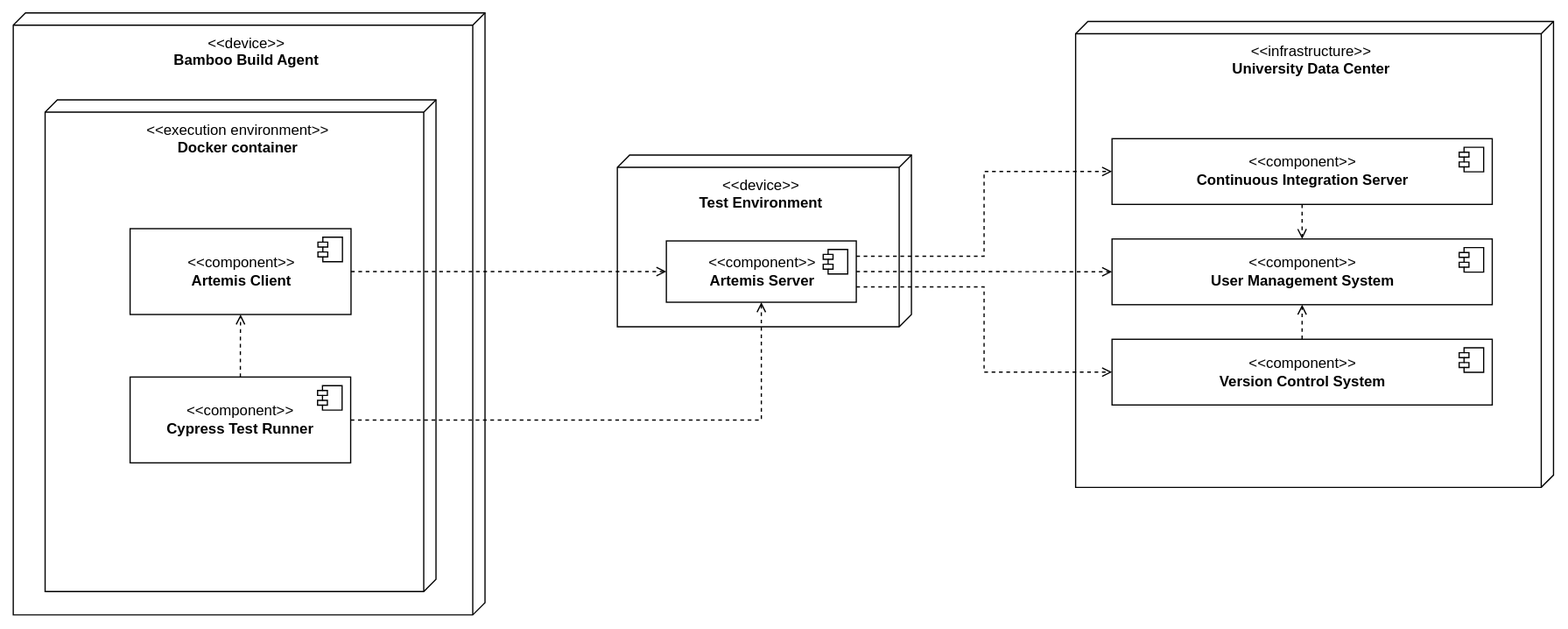
Before: docs/dev/setup/cypress/cypress_test_environment_deployment_diagram.svg, a diagram exported from draw.io (ls1intum/Artemis). Source tidied: cells renumbered, new cells last; positions are measured from the earlier drawing's top-left corner, leaving out a move shared by most shapes.
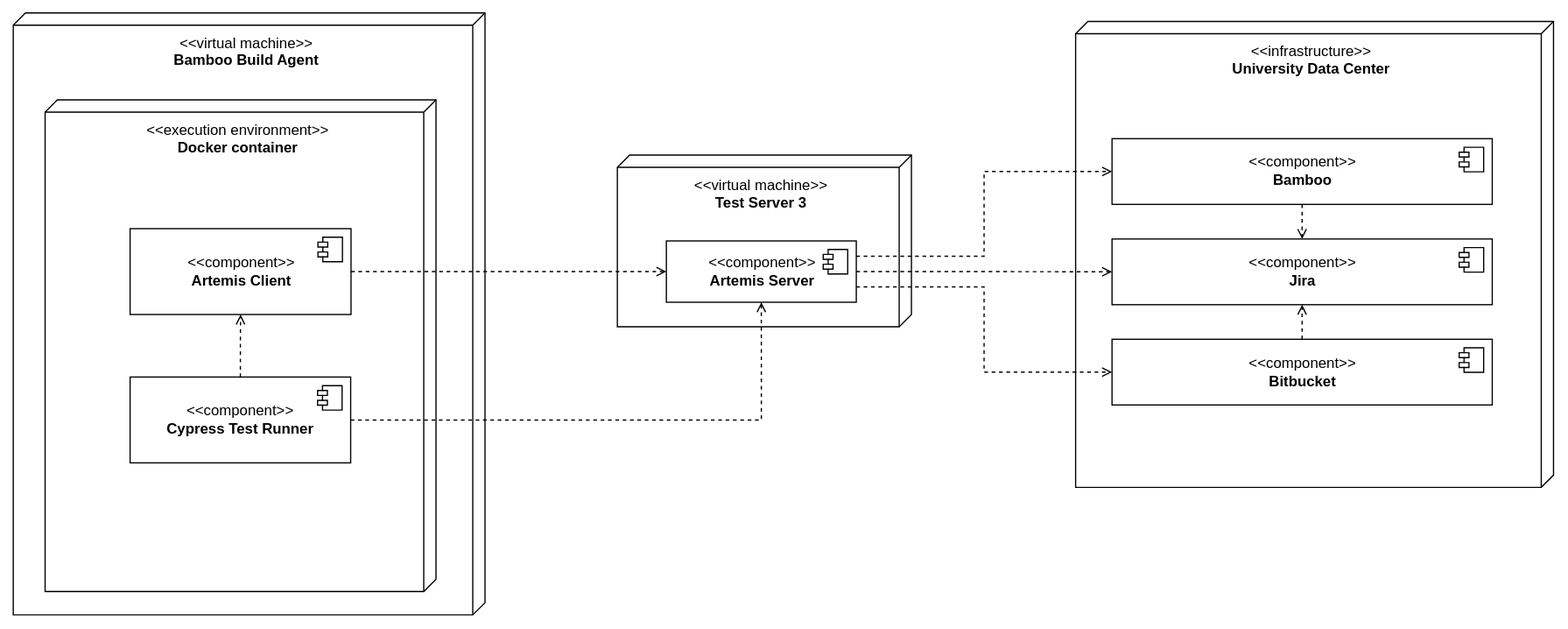
Later version of the same file.

Commit message:
Use concrete naming for components

What changed in the source:
```diff
@@ -2,7 +2,7 @@
   <root>
     <mxCell id="0" />
     <mxCell id="1" parent="0" />
-    <mxCell id="2" value="&lt;span&gt;&amp;lt;&amp;lt;device&amp;gt;&amp;gt;&lt;br&gt;&lt;b&gt;Bamboo Build Agent&lt;/b&gt;&lt;/span&gt;" style="verticalAlign=top;align=center;shape=cube;size=10;direction=south;fontStyle=0;html=1;boundedLbl=1;spacingLeft=5;" parent="1" vertex="1">
+    <mxCell id="2" value="&lt;span&gt;&amp;lt;&amp;lt;virtual machine&amp;gt;&amp;gt;&lt;br&gt;&lt;b&gt;Bamboo Build Agent&lt;/b&gt;&lt;/span&gt;" style="verticalAlign=top;align=center;shape=cube;size=10;direction=south;fontStyle=0;html=1;boundedLbl=1;spacingLeft=5;" parent="1" vertex="1">
       <mxGeometry width="385" height="491" as="geometry" />
     </mxCell>
     <mxCell id="3" value="&amp;lt;&amp;lt;execution environment&amp;gt;&amp;gt;&lt;br&gt;&lt;b&gt;Docker container&lt;/b&gt;" style="verticalAlign=top;align=center;shape=cube;size=10;direction=south;html=1;boundedLbl=1;spacingLeft=5;" parent="2" vertex="1">
@@ -32,7 +32,7 @@
     <mxCell id="9" style="edgeStyle=orthogonalEdgeStyle;rounded=0;jettySize=auto;html=1;entryX=0.5;entryY=1;entryDx=0;entryDy=0;dashed=1;startArrow=none;startFill=0;endArrow=open;endFill=0;" parent="2" edge="1" source="6" target="4">
       <mxGeometry relative="1" as="geometry" />
     </mxCell>
-    <mxCell id="10" value="&amp;lt;&amp;lt;device&amp;gt;&amp;gt;&lt;br&gt;&lt;b&gt;Test Environment&lt;/b&gt;" style="verticalAlign=top;align=center;shape=cube;size=10;direction=south;fontStyle=0;html=1;boundedLbl=1;spacingLeft=5;" parent="1" vertex="1">
+    <mxCell id="10" value="&amp;lt;&amp;lt;virtual machine&amp;gt;&amp;gt;&lt;br&gt;&lt;b&gt;Test Server 3&lt;/b&gt;" style="verticalAlign=top;align=center;shape=cube;size=10;direction=south;fontStyle=0;html=1;boundedLbl=1;spacingLeft=5;" parent="1" vertex="1">
       <mxGeometry x="493" y="116" width="240" height="140" as="geometry" />
     </mxCell>
     <mxCell id="11" value="&amp;lt;&amp;lt;component&amp;gt;&amp;gt;&lt;br&gt;&lt;b&gt;Artemis Server&lt;/b&gt;" style="html=1;" parent="1" vertex="1">
@@ -60,7 +60,7 @@
     <mxCell id="17" style="edgeStyle=orthogonalEdgeStyle;rounded=0;jettySize=auto;html=1;entryX=0.5;entryY=0;entryDx=0;entryDy=0;dashed=1;startFill=0;endArrow=open;endFill=0;strokeWidth=1;" parent="15" edge="1" source="18" target="20">
       <mxGeometry relative="1" as="geometry" />
     </mxCell>
-    <mxCell id="18" value="&amp;lt;&amp;lt;component&amp;gt;&amp;gt;&lt;br&gt;&lt;b&gt;Continuous Integration Server&lt;/b&gt;" style="html=1;" parent="15" vertex="1">
+    <mxCell id="18" value="&amp;lt;&amp;lt;component&amp;gt;&amp;gt;&lt;br&gt;&lt;b&gt;Bamboo&lt;/b&gt;" style="html=1;" parent="15" vertex="1">
       <mxGeometry x="29.7" y="95.6" width="310.3" height="53.6" as="geometry" />
     </mxCell>
     <mxCell id="19" style="shape=module;jettyWidth=8;jettyHeight=4;" parent="18" vertex="1">
@@ -68,7 +68,7 @@
         <mxPoint x="-27" y="7" as="offset" />
       </mxGeometry>
     </mxCell>
-    <mxCell id="20" value="&amp;lt;&amp;lt;component&amp;gt;&amp;gt;&lt;br&gt;&lt;b&gt;User Management System&lt;/b&gt;" style="html=1;" parent="15" vertex="1">
+    <mxCell id="20" value="&amp;lt;&amp;lt;component&amp;gt;&amp;gt;&lt;br&gt;&lt;b&gt;Jira&lt;/b&gt;" style="html=1;" parent="15" vertex="1">
       <mxGeometry x="29.7" y="177.4" width="310.3" height="53.6" as="geometry" />
     </mxCell>
     <mxCell id="21" style="shape=module;jettyWidth=8;jettyHeight=4;" parent="20" vertex="1">
@@ -79,7 +79,7 @@
     <mxCell id="22" style="edgeStyle=orthogonalEdgeStyle;rounded=0;jettySize=auto;html=1;entryX=0.5;entryY=1;entryDx=0;entryDy=0;dashed=1;startFill=0;endArrow=open;endFill=0;strokeWidth=1;" parent="15" edge="1" source="23" target="20">
       <mxGeometry relative="1" as="geometry" />
     </mxCell>
-    <mxCell id="23" value="&amp;lt;&amp;lt;component&amp;gt;&amp;gt;&lt;br&gt;&lt;b&gt;Version Control System&lt;/b&gt;" style="html=1;" parent="15" vertex="1">
+    <mxCell id="23" value="&amp;lt;&amp;lt;component&amp;gt;&amp;gt;&lt;br&gt;&lt;b&gt;Bitbucket&lt;/b&gt;" style="html=1;" parent="15" vertex="1">
       <mxGeometry x="29.7" y="259.2" width="310.3" height="53.6" as="geometry" />
     </mxCell>
     <mxCell id="24" style="shape=module;jettyWidth=8;jettyHeight=4;" parent="23" vertex="1">
```
